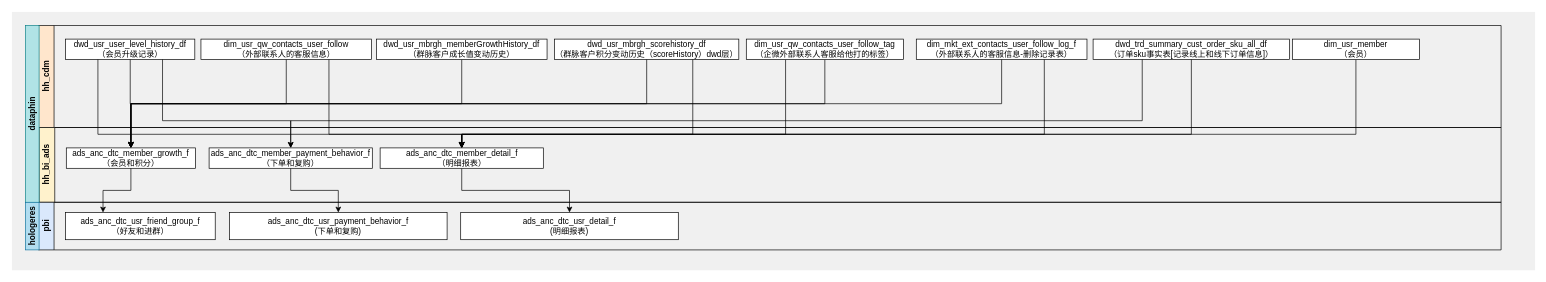
The draw.io diagram 会员BI报表.drawio in ztacode/drawio, before the edit. Source tidied: cells renumbered, new cells numbered last; positions are measured from the earlier drawing's top-left corner, leaving out a move shared by most shapes. Both pictures are drawn from the tidied source at 68%, with x=0, y=0 at pixel (12, 12).
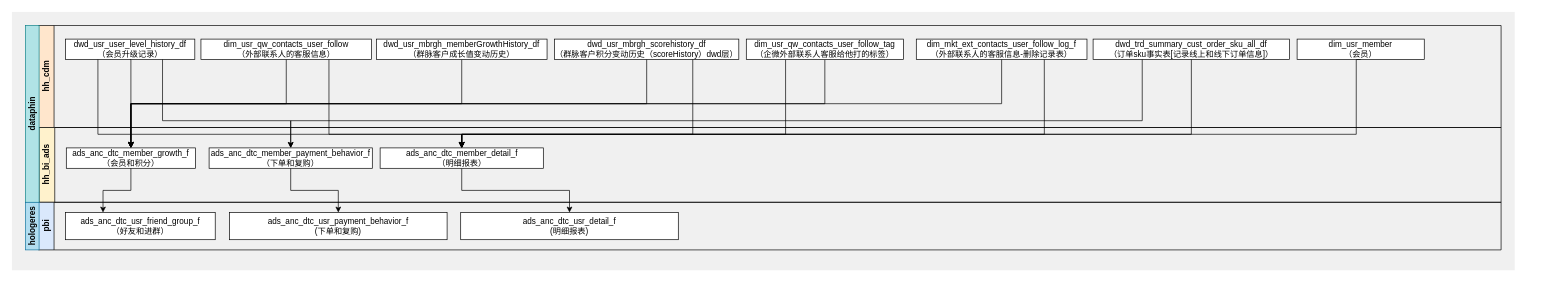
The same page after the edit.

Commit message (it also covers changes not shown here):
更新会员BI报表.drawio

The change refers to these unchanged cells:
```xml
<mxCell id="3" value="hh_cdm" style="swimlane;horizontal=0;whiteSpace=wrap;html=1;startSize=23;fillColor=#ffe6cc;strokeColor=default;" parent="1" vertex="1">
  <mxGeometry x="39" y="20" width="2151" height="150" as="geometry" />
</mxCell>
<mxCell id="4" value="dwd_usr_user_level_history_df&lt;br&gt;（会员升级记录）" style="rounded=0;whiteSpace=wrap;html=1;" parent="3" vertex="1">
  <mxGeometry x="40" y="20" width="190" height="30" as="geometry" />
</mxCell>
<mxCell id="10" value="ads_anc_dtc_member_growth_f&lt;br&gt;（会员和积分）" style="rounded=0;whiteSpace=wrap;html=1;" parent="9" vertex="1">
  <mxGeometry x="40" y="30" width="190" height="30" as="geometry" />
</mxCell>
```

Change to the diagram source:
```diff
@@
     <mxCell id="2" style="rounded=0;whiteSpace=wrap;html=1;fillColor=#F0F0F0;strokeColor=none;" parent="1" vertex="1">
-      <mxGeometry width="2240" height="380" as="geometry" />
+      <mxGeometry width="2210" height="380" as="geometry" />
     </mxCell>
@@
+    <mxCell id="34" value="dim_usr_member&lt;br&gt;（会员）" style="rounded=0;whiteSpace=wrap;html=1;" parent="3" vertex="1">
+      <mxGeometry x="1851" y="20" width="187" height="30" as="geometry" />
+    </mxCell>
@@
     <mxCell id="27" style="edgeStyle=orthogonalEdgeStyle;rounded=0;jettySize=auto;html=1;exitX=0.5;exitY=1;exitDx=0;exitDy=0;entryX=0.5;entryY=0;entryDx=0;entryDy=0;" parent="1" edge="1" source="4" target="10">
-      <mxGeometry relative="1" as="geometry" />
+      <mxGeometry relative="1" as="geometry">
+        <Array as="points">
+          <mxPoint x="175" y="70" />
+        </Array>
+      </mxGeometry>
     </mxCell>
@@
-    <mxCell id="34" value="dim_usr_member&lt;br&gt;（会员）" style="rounded=0;whiteSpace=wrap;html=1;" parent="1" vertex="1">
-      <mxGeometry x="1883" y="40" width="187" height="30" as="geometry" />
-    </mxCell>
```
